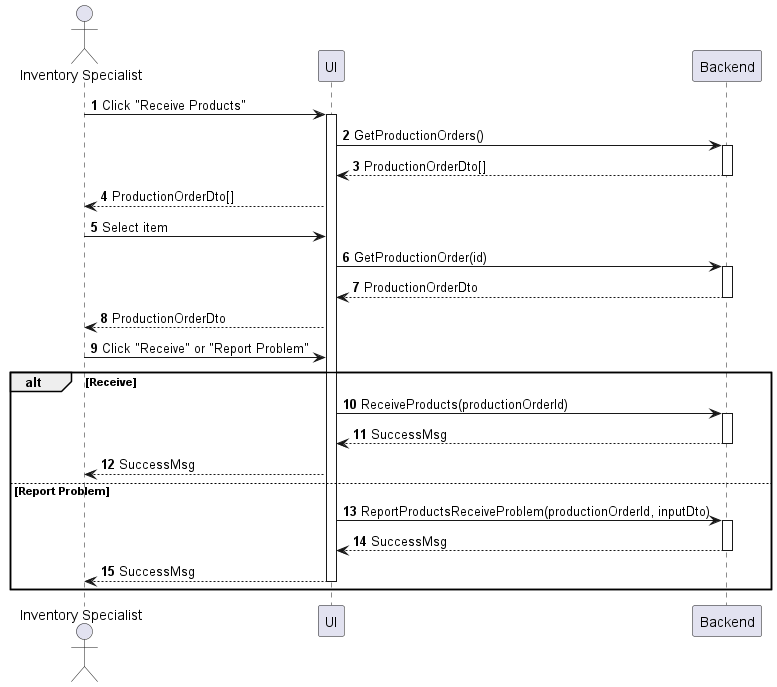
Before: sequences/inventory-product-receive.png, a diagram exported from PlantUML (phihungha/scmss-reqs).
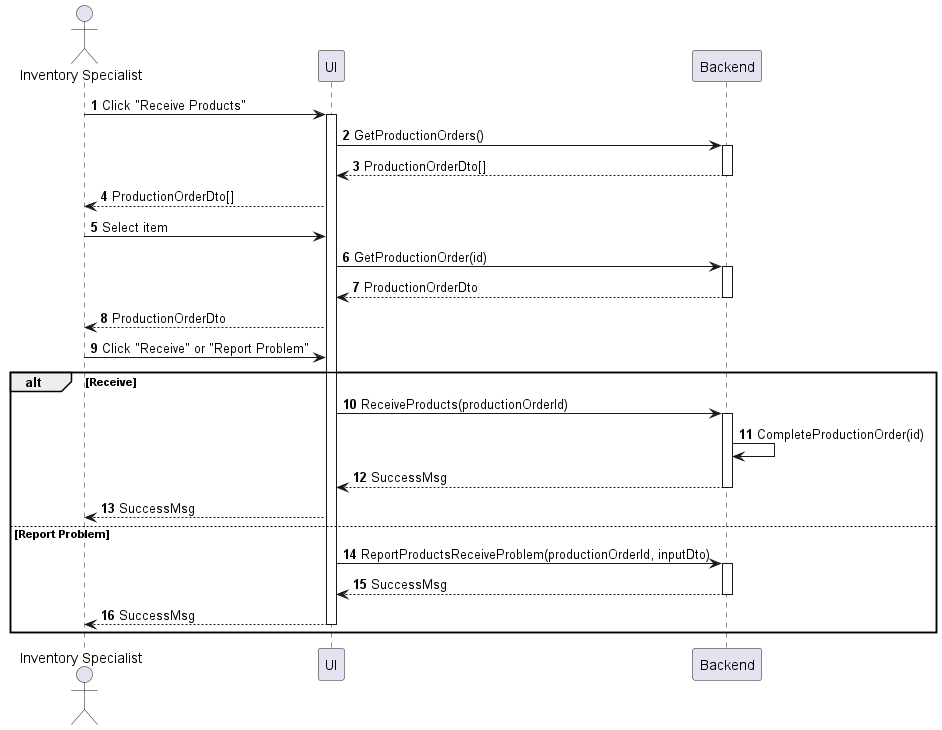
Above is the later version.

Diff of the diagram source:
```diff
@@ -21,6 +21,7 @@
 alt Receive
     f -> b : ReceiveProducts(productionOrderId)
     activate b
+    b -> b : CompleteProductionOrder(id)
     return SuccessMsg
     f --> a : SuccessMsg
 else Report Problem
```
